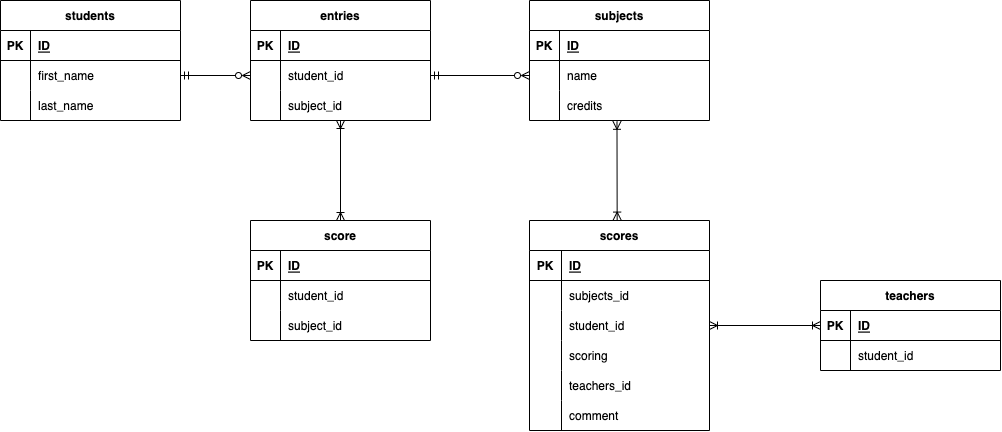
The draw.io diagram index.drawio.png in seki221/DB-design, before a commit. Source tidied: cells renumbered, new cells last; positions are measured from the earlier drawing's top-left corner, leaving out a move shared by most shapes.
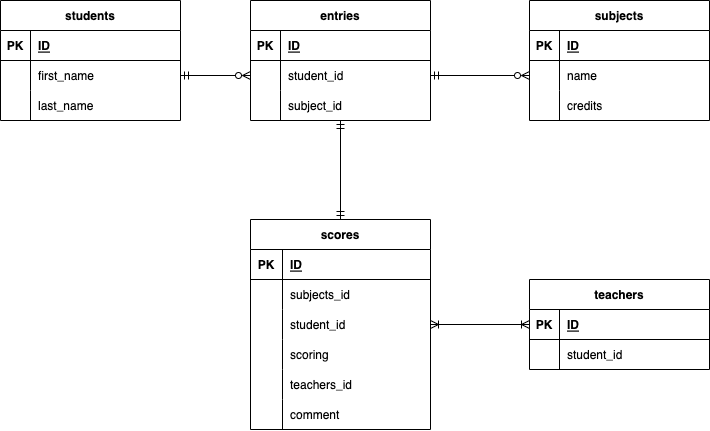
Above is the later version.

What changed in the source:
```diff
@@ -33,7 +33,7 @@
       <mxGeometry x="30" width="150" height="30" as="geometry" />
     </mxCell>
     <mxCell id="12" value="teachers" style="shape=table;startSize=30;rowLines=0;fontStyle=1;align=center;shadow=0;" parent="1" vertex="1">
-      <mxGeometry x="820" y="280" width="180" height="90" as="geometry" />
+      <mxGeometry x="529" y="279" width="180" height="90" as="geometry" />
     </mxCell>
     <mxCell id="13" style="shape=tableRow;horizontal=0;startSize=0;swimlaneHead=0;swimlaneBody=0;fillColor=none;points=[[0,0.5],[1,0.5]];portConstraint=eastwest;top=0;left=0;right=0;bottom=1;shadow=0;" parent="12" vertex="1">
       <mxGeometry y="30" width="180" height="30" as="geometry" />
@@ -57,7 +57,7 @@
       <mxGeometry relative="1" as="geometry" />
     </mxCell>
     <mxCell id="20" value="scores" style="shape=table;startSize=30;rowLines=0;fontStyle=1;align=center;shadow=0;" parent="1" vertex="1">
-      <mxGeometry x="529" y="220" width="180" height="210" as="geometry" />
+      <mxGeometry x="250" y="219" width="180" height="210" as="geometry" />
     </mxCell>
     <mxCell id="21" style="shape=tableRow;horizontal=0;startSize=0;swimlaneHead=0;swimlaneBody=0;fillColor=none;top=0;left=0;right=0;bottom=1;shadow=0;" parent="20" vertex="1">
       <mxGeometry y="30" width="180" height="30" as="geometry" />
@@ -146,10 +146,7 @@
     <mxCell id="49" value="credits" style="shape=partialRectangle;fillColor=none;top=0;left=0;bottom=0;right=0;align=left;spacingLeft=6;overflow=hidden;shadow=0;" parent="47" vertex="1">
       <mxGeometry x="30" width="150" height="30" as="geometry" />
     </mxCell>
-    <mxCell id="50" style="rounded=1;html=1;startArrow=ERoneToMany;startFill=0;endArrow=ERoneToMany;endFill=0;sourcePerimeterSpacing=0;exitX=0.486;exitY=1.027;exitDx=0;exitDy=0;exitPerimeter=0;entryX=0.487;entryY=-0.002;entryDx=0;entryDy=0;entryPerimeter=0;" parent="1" edge="1" source="47" target="20">
-      <mxGeometry relative="1" as="geometry" />
-    </mxCell>
-    <mxCell id="51" style="edgeStyle=none;html=1;startArrow=ERoneToMany;startFill=0;endArrow=ERoneToMany;endFill=0;" parent="1" edge="1" source="52" target="63">
+    <mxCell id="51" style="edgeStyle=none;html=1;startArrow=ERmandOne;startFill=0;endArrow=ERmandOne;endFill=0;entryX=0.5;entryY=0;entryDx=0;entryDy=0;" parent="1" edge="1" source="52" target="20">
       <mxGeometry relative="1" as="geometry" />
     </mxCell>
     <mxCell id="52" value="entries" style="shape=table;startSize=30;rowLines=0;fontStyle=1;align=center;shadow=0;" parent="1" vertex="1">
@@ -185,35 +182,5 @@
     <mxCell id="62" style="fontSize=12;html=1;endArrow=ERmandOne;startArrow=ERzeroToMany;rounded=1;sourcePerimeterSpacing=0;entryX=1;entryY=0.5;entryDx=0;entryDy=0;exitX=0;exitY=0.5;exitDx=0;exitDy=0;endFill=0;startFill=0;" parent="1" edge="1" source="44" target="56">
       <mxGeometry relative="1" as="geometry" />
     </mxCell>
-    <mxCell id="63" value="score" style="shape=table;startSize=30;rowLines=0;fontStyle=1;align=center;shadow=0;" parent="1" vertex="1">
-      <mxGeometry x="250" y="220" width="180" height="120" as="geometry" />
-    </mxCell>
-    <mxCell id="64" style="shape=tableRow;horizontal=0;startSize=0;swimlaneHead=0;swimlaneBody=0;fillColor=none;top=0;left=0;right=0;bottom=1;shadow=0;" parent="63" vertex="1">
-      <mxGeometry y="30" width="180" height="30" as="geometry" />
-    </mxCell>
-    <mxCell id="65" value="PK" style="shape=partialRectangle;fillColor=none;top=0;left=0;bottom=0;right=0;fontStyle=1;overflow=hidden;shadow=0;" parent="64" vertex="1">
-      <mxGeometry width="30" height="30" as="geometry" />
-    </mxCell>
-    <mxCell id="66" value="ID" style="shape=partialRectangle;fillColor=none;top=0;left=0;bottom=0;right=0;align=left;spacingLeft=6;fontStyle=5;overflow=hidden;shadow=0;" parent="64" vertex="1">
-      <mxGeometry x="30" width="150" height="30" as="geometry" />
-    </mxCell>
-    <mxCell id="67" style="shape=tableRow;horizontal=0;startSize=0;swimlaneHead=0;swimlaneBody=0;fillColor=none;top=0;left=0;right=0;bottom=0;shadow=0;" parent="63" vertex="1">
-      <mxGeometry y="60" width="180" height="30" as="geometry" />
-    </mxCell>
-    <mxCell id="68" style="shape=partialRectangle;fillColor=none;top=0;left=0;bottom=0;right=0;overflow=hidden;shadow=0;" parent="67" vertex="1">
-      <mxGeometry width="30" height="30" as="geometry" />
-    </mxCell>
-    <mxCell id="69" value="student_id" style="shape=partialRectangle;fillColor=none;top=0;left=0;bottom=0;right=0;align=left;spacingLeft=6;overflow=hidden;shadow=0;" parent="67" vertex="1">
-      <mxGeometry x="30" width="150" height="30" as="geometry" />
-    </mxCell>
-    <mxCell id="70" style="shape=tableRow;horizontal=0;startSize=0;swimlaneHead=0;swimlaneBody=0;fillColor=none;top=0;left=0;right=0;bottom=0;shadow=0;" parent="63" vertex="1">
-      <mxGeometry y="90" width="180" height="30" as="geometry" />
-    </mxCell>
-    <mxCell id="71" style="shape=partialRectangle;fillColor=none;top=0;left=0;bottom=0;right=0;overflow=hidden;shadow=0;" parent="70" vertex="1">
-      <mxGeometry width="30" height="30" as="geometry" />
-    </mxCell>
-    <mxCell id="72" value="subject_id" style="shape=partialRectangle;fillColor=none;top=0;left=0;bottom=0;right=0;align=left;spacingLeft=6;overflow=hidden;shadow=0;" parent="70" vertex="1">
-      <mxGeometry x="30" width="150" height="30" as="geometry" />
-    </mxCell>
   </root>
 </mxGraphModel>
```
